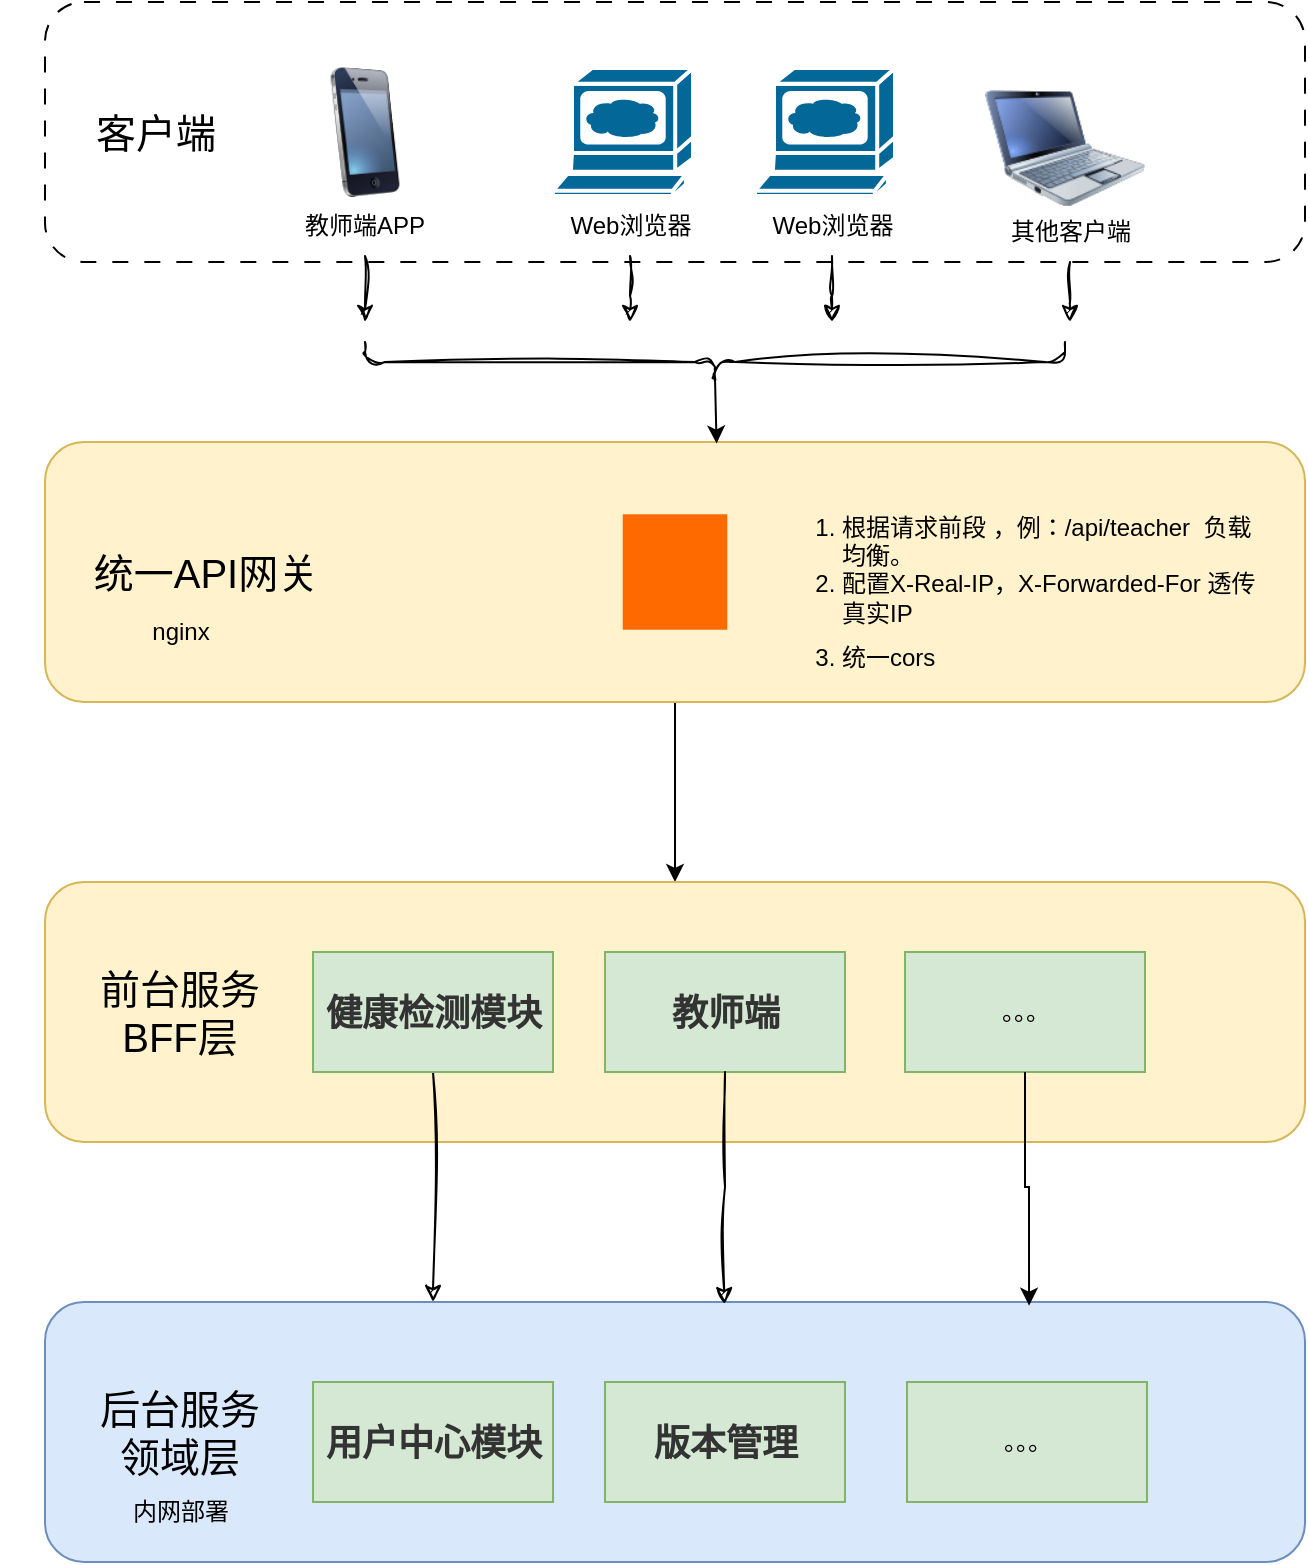
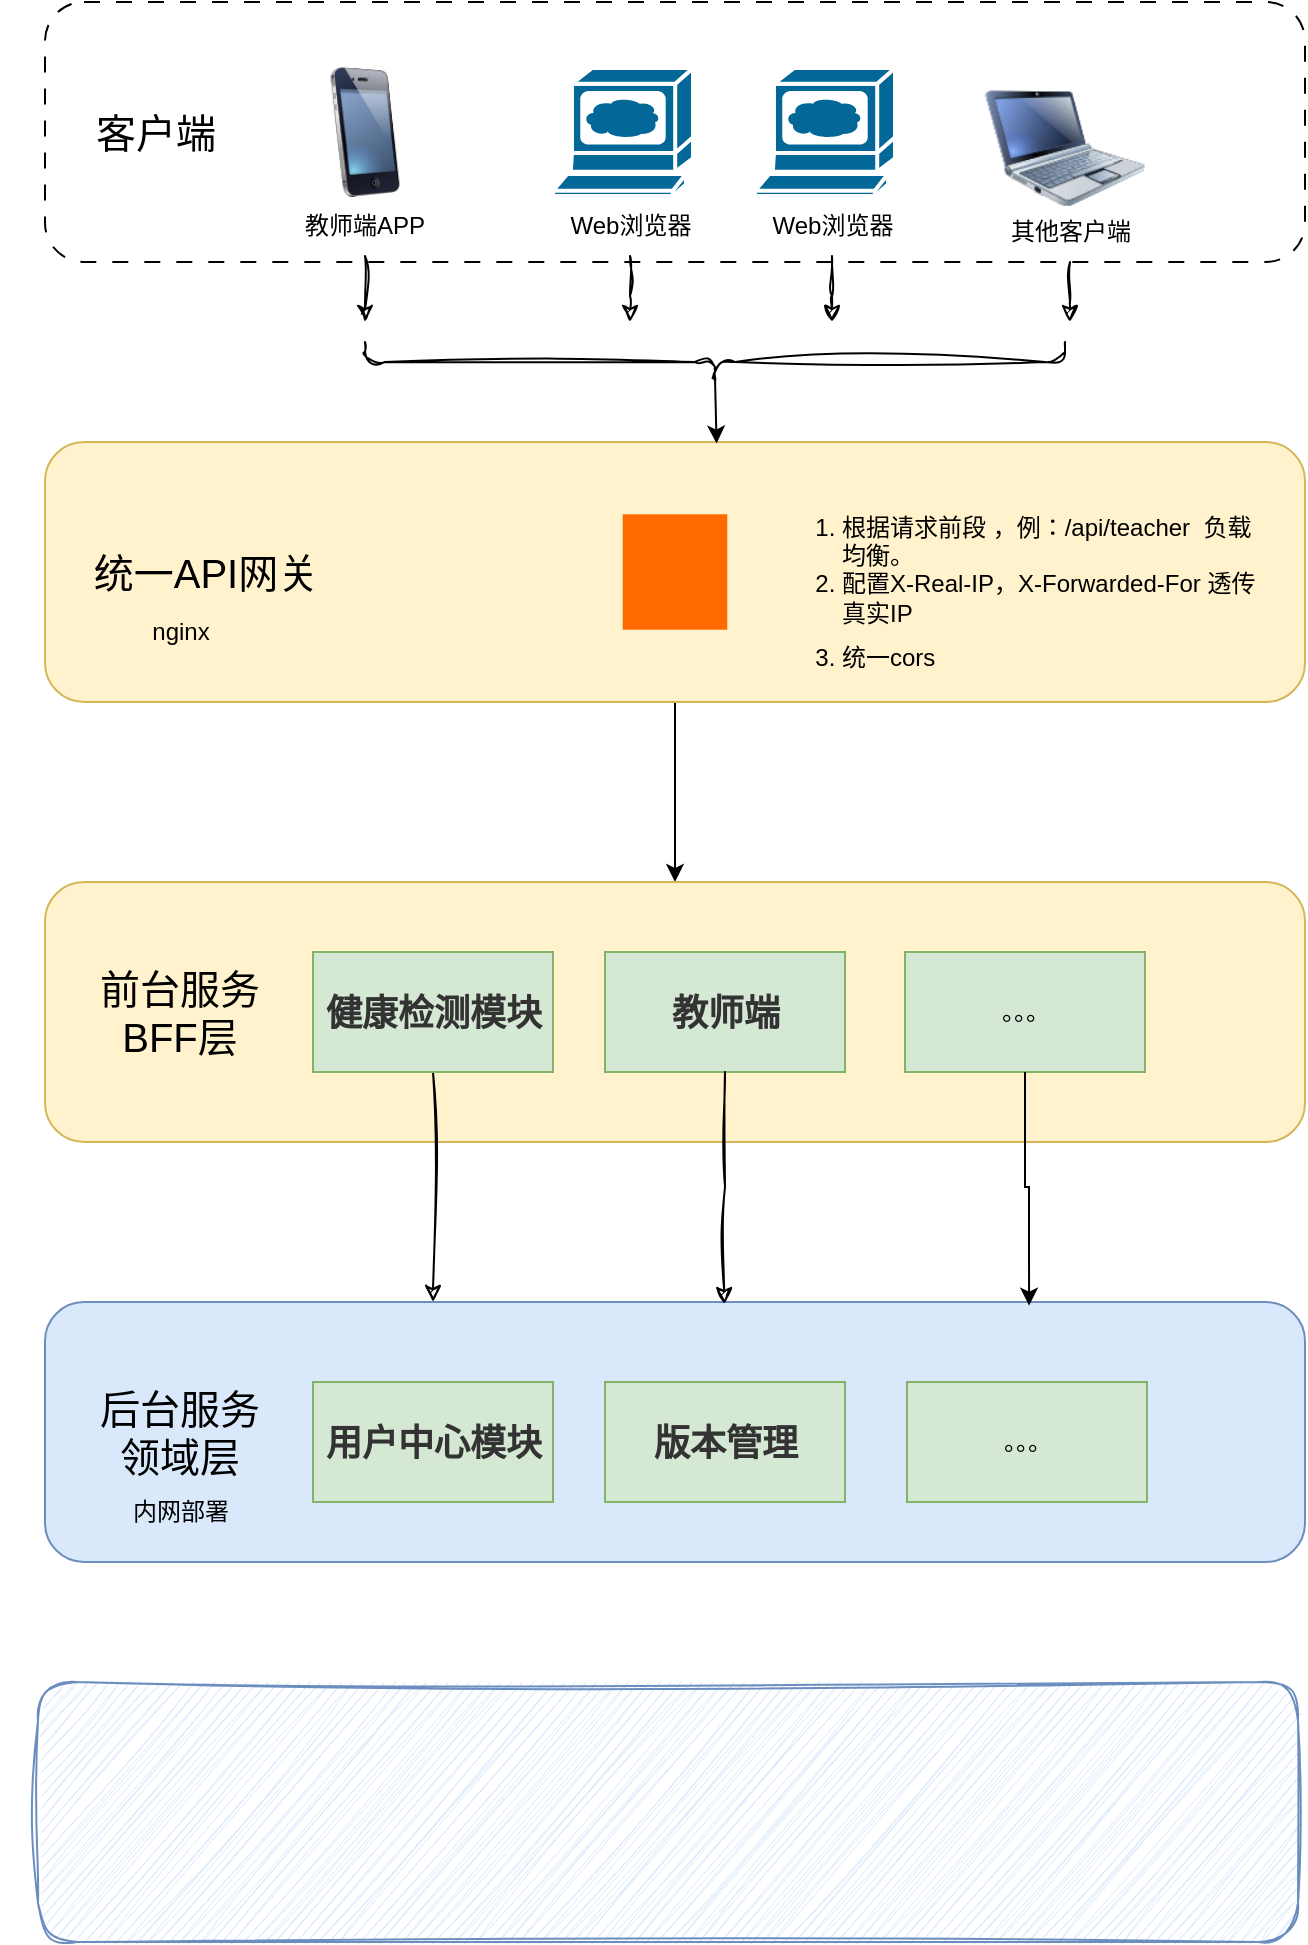
<mxfile host="app.diagrams.net" agent="5.0 (Windows NT 10.0; Win64; x64) AppleWebKit/537.36 (KHTML, like Gecko) Chrome/99.0.4844.51 Safari/537.36">
  <diagram id="piDafpqhtRUU5qUU-vj8" name="Page-1">
    <mxGraphModel dx="1712" dy="919" grid="1" gridSize="10" guides="1" tooltips="1" connect="1" arrows="1" fold="1" page="1" pageScale="1" pageWidth="827" pageHeight="1169" background="none" math="0" shadow="0">
      <root>
        <mxCell id="0" />
        <mxCell id="1" parent="0" />
        <mxCell id="5cpTgLDWtTwDe1421ZuN-3" parent="1" style="rounded=1;whiteSpace=wrap;html=1;shadow=0;glass=0;dashed=1;dashPattern=8 8;" value="" vertex="1">
          <mxGeometry height="130" width="630" x="102.5" y="100" as="geometry" />
        </mxCell>
        <mxCell id="-MD85wsI__NYyljHFUac-2" parent="1" style="text;html=1;whiteSpace=wrap;strokeColor=none;fillColor=none;align=center;verticalAlign=middle;rounded=0;" value="&lt;font style=&quot;font-size: 20px;&quot;&gt;客户端&lt;/font&gt;" vertex="1">
          <mxGeometry height="30" width="70" x="122.5" y="150" as="geometry" />
        </mxCell>
        <mxCell id="-MD85wsI__NYyljHFUac-3" parent="1" style="sketch=0;html=1;pointerEvents=1;dashed=0;fillColor=#036897;strokeColor=#ffffff;strokeWidth=2;verticalLabelPosition=bottom;verticalAlign=top;align=center;outlineConnect=0;shape=mxgraph.cisco.computers_and_peripherals.web_browser;" value="" vertex="1">
          <mxGeometry height="64" width="70" x="356.5" y="133" as="geometry" />
        </mxCell>
        <mxCell id="-MD85wsI__NYyljHFUac-39" edge="1" parent="1" source="-MD85wsI__NYyljHFUac-4" style="edgeStyle=orthogonalEdgeStyle;rounded=0;orthogonalLoop=1;jettySize=auto;html=1;sketch=1;curveFitting=1;jiggle=2;">
          <mxGeometry relative="1" as="geometry">
            <mxPoint x="395.0000000000002" y="260.0000000000001" as="targetPoint" />
          </mxGeometry>
        </mxCell>
        <mxCell id="-MD85wsI__NYyljHFUac-4" parent="1" style="text;html=1;whiteSpace=wrap;strokeColor=none;fillColor=none;align=center;verticalAlign=middle;rounded=0;" value="Web浏览器" vertex="1">
          <mxGeometry height="30" width="75" x="357.5" y="197" as="geometry" />
        </mxCell>
        <mxCell id="-MD85wsI__NYyljHFUac-5" parent="1" style="sketch=0;html=1;pointerEvents=1;dashed=0;fillColor=#036897;strokeColor=#ffffff;strokeWidth=2;verticalLabelPosition=bottom;verticalAlign=top;align=center;outlineConnect=0;shape=mxgraph.cisco.computers_and_peripherals.web_browser;" value="" vertex="1">
          <mxGeometry height="64" width="70" x="457.5" y="133" as="geometry" />
        </mxCell>
        <mxCell id="-MD85wsI__NYyljHFUac-35" edge="1" parent="1" source="-MD85wsI__NYyljHFUac-6" style="edgeStyle=orthogonalEdgeStyle;rounded=0;orthogonalLoop=1;jettySize=auto;html=1;sketch=1;curveFitting=1;jiggle=2;">
          <mxGeometry relative="1" as="geometry">
            <mxPoint x="496" y="260.0000000000001" as="targetPoint" />
          </mxGeometry>
        </mxCell>
        <mxCell id="-MD85wsI__NYyljHFUac-6" parent="1" style="text;html=1;whiteSpace=wrap;strokeColor=none;fillColor=none;align=center;verticalAlign=middle;rounded=0;" value="Web浏览器" vertex="1">
          <mxGeometry height="30" width="75" x="458.5" y="197" as="geometry" />
        </mxCell>
        <mxCell id="-MD85wsI__NYyljHFUac-7" parent="1" style="image;html=1;image=img/lib/clip_art/computers/Netbook_128x128.png" value="" vertex="1">
          <mxGeometry height="80" width="80" x="572.5" y="133" as="geometry" />
        </mxCell>
        <mxCell id="-MD85wsI__NYyljHFUac-8" parent="1" style="image;html=1;image=img/lib/clip_art/telecommunication/iPhone_128x128.png" value="" vertex="1">
          <mxGeometry height="65" width="80" x="222.5" y="132.5" as="geometry" />
        </mxCell>
        <mxCell id="-MD85wsI__NYyljHFUac-34" edge="1" parent="1" source="-MD85wsI__NYyljHFUac-9" style="edgeStyle=orthogonalEdgeStyle;rounded=0;orthogonalLoop=1;jettySize=auto;html=1;exitX=0.5;exitY=1;exitDx=0;exitDy=0;sketch=1;curveFitting=1;jiggle=2;">
          <mxGeometry relative="1" as="geometry">
            <mxPoint x="262.5" y="260" as="targetPoint" />
          </mxGeometry>
        </mxCell>
        <mxCell id="-MD85wsI__NYyljHFUac-9" parent="1" style="text;html=1;whiteSpace=wrap;strokeColor=none;fillColor=none;align=center;verticalAlign=middle;rounded=0;" value="教师端APP" vertex="1">
          <mxGeometry height="30" width="75" x="225" y="197" as="geometry" />
        </mxCell>
        <mxCell id="-MD85wsI__NYyljHFUac-36" edge="1" parent="1" source="-MD85wsI__NYyljHFUac-10" style="edgeStyle=orthogonalEdgeStyle;rounded=0;orthogonalLoop=1;jettySize=auto;html=1;sketch=1;curveFitting=1;jiggle=2;">
          <mxGeometry relative="1" as="geometry">
            <mxPoint x="615.0000000000002" y="260.0000000000001" as="targetPoint" />
          </mxGeometry>
        </mxCell>
        <mxCell id="-MD85wsI__NYyljHFUac-10" parent="1" style="text;html=1;whiteSpace=wrap;strokeColor=none;fillColor=none;align=center;verticalAlign=middle;rounded=0;" value="其他客户端" vertex="1">
          <mxGeometry height="30" width="75" x="577.5" y="200" as="geometry" />
        </mxCell>
        <mxCell id="-MD85wsI__NYyljHFUac-23" edge="1" parent="1" source="-MD85wsI__NYyljHFUac-11" style="edgeStyle=orthogonalEdgeStyle;rounded=0;orthogonalLoop=1;jettySize=auto;html=1;exitX=0.5;exitY=1;exitDx=0;exitDy=0;entryX=0.5;entryY=0;entryDx=0;entryDy=0;" target="-MD85wsI__NYyljHFUac-22">
          <mxGeometry relative="1" as="geometry" />
        </mxCell>
        <mxCell id="-MD85wsI__NYyljHFUac-11" parent="1" style="rounded=1;whiteSpace=wrap;html=1;shadow=0;glass=0;fillColor=#fff2cc;strokeColor=#d6b656;" value="" vertex="1">
          <mxGeometry height="130" width="630" x="102.5" y="320" as="geometry" />
        </mxCell>
        <mxCell id="-MD85wsI__NYyljHFUac-13" parent="1" style="text;html=1;whiteSpace=wrap;strokeColor=none;fillColor=none;align=center;verticalAlign=middle;rounded=0;" value="&lt;span style=&quot;font-size: 20px;&quot;&gt;统一API网关&lt;/span&gt;" vertex="1">
          <mxGeometry height="30" width="180" x="92.5" y="370" as="geometry" />
        </mxCell>
        <mxCell id="-MD85wsI__NYyljHFUac-14" parent="1" style="text;html=1;whiteSpace=wrap;strokeColor=none;fillColor=none;align=center;verticalAlign=middle;rounded=0;" value="nginx" vertex="1">
          <mxGeometry height="30" width="75" x="132.5" y="400" as="geometry" />
        </mxCell>
        <mxCell id="-MD85wsI__NYyljHFUac-20" parent="1" style="points=[];aspect=fixed;html=1;align=center;shadow=0;dashed=0;fillColor=#FF6A00;strokeColor=none;shape=mxgraph.alibaba_cloud.ehpc_elastic_high_performance_computing;" value="" vertex="1">
          <mxGeometry height="57.7" width="52.26" x="391.37" y="356.15" as="geometry" />
        </mxCell>
        <mxCell id="-MD85wsI__NYyljHFUac-21" parent="1" style="text;html=1;whiteSpace=wrap;strokeColor=none;fillColor=none;align=left;verticalAlign=middle;rounded=0;" value="&lt;ol&gt;&lt;li&gt;&lt;span style=&quot;background-color: transparent; color: light-dark(rgb(0, 0, 0), rgb(255, 255, 255));&quot;&gt;根据请求前段 ，例：/api/teacher&amp;nbsp; 负载均衡。&lt;/span&gt;&lt;/li&gt;&lt;li class=&quot;md-list-item md-focus-container&quot; style=&quot;box-sizing: border-box; margin: 0px; position: relative;&quot;&gt;&lt;p class=&quot;md-end-block md-p md-focus&quot; style=&quot;box-sizing: border-box; line-height: inherit; orphans: 4; margin: 0px 0px 0.5rem; white-space: pre-wrap; position: relative;&quot;&gt;&lt;span class=&quot;md-plain md-expand&quot; style=&quot;box-sizing: border-box;&quot;&gt;配置X-Real-IP，X-Forwarded-For 透传真实IP&lt;/span&gt;&lt;/p&gt;&lt;/li&gt;&lt;li class=&quot;md-list-item md-focus-container&quot; style=&quot;box-sizing: border-box; margin: 0px; position: relative;&quot;&gt;&lt;p class=&quot;md-end-block md-p md-focus&quot; style=&quot;box-sizing: border-box; line-height: inherit; orphans: 4; margin: 0px 0px 0.5rem; white-space: pre-wrap; position: relative;&quot;&gt;统一cors&lt;/p&gt;&lt;/li&gt;&lt;/ol&gt;" vertex="1">
          <mxGeometry height="90" width="254" x="458.5" y="350" as="geometry" />
        </mxCell>
        <mxCell id="-MD85wsI__NYyljHFUac-22" parent="1" style="rounded=1;whiteSpace=wrap;html=1;shadow=0;glass=0;fillColor=#fff2cc;strokeColor=#d6b656;" value="" vertex="1">
          <mxGeometry height="130" width="630" x="102.5" y="540" as="geometry" />
        </mxCell>
        <mxCell id="-MD85wsI__NYyljHFUac-24" parent="1" style="text;html=1;whiteSpace=wrap;strokeColor=none;fillColor=none;align=center;verticalAlign=middle;rounded=0;" value="&lt;span style=&quot;font-size: 20px;&quot;&gt;前台服务&lt;/span&gt;&lt;div&gt;&lt;span style=&quot;font-size: 20px;&quot;&gt;BFF层&lt;/span&gt;&lt;/div&gt;" vertex="1">
          <mxGeometry height="60" width="180" x="80" y="575" as="geometry" />
        </mxCell>
        <mxCell id="-MD85wsI__NYyljHFUac-41" edge="1" parent="1" source="-MD85wsI__NYyljHFUac-25" style="edgeStyle=orthogonalEdgeStyle;rounded=0;orthogonalLoop=1;jettySize=auto;html=1;sketch=1;curveFitting=1;jiggle=2;" target="-MD85wsI__NYyljHFUac-28" value="">
          <mxGeometry relative="1" as="geometry">
            <Array as="points">
              <mxPoint x="296.5" y="790" />
              <mxPoint x="296.5" y="790" />
            </Array>
          </mxGeometry>
        </mxCell>
        <mxCell id="-MD85wsI__NYyljHFUac-25" parent="1" style="rounded=0;whiteSpace=wrap;html=1;fillColor=#d5e8d4;strokeColor=#82b366;" value="&lt;h3 class=&quot;md-end-block md-heading&quot; style=&quot;box-sizing: border-box; break-after: avoid-page; break-inside: avoid; orphans: 4; font-size: 1.5em; margin-top: 1rem; margin-bottom: 1rem; position: relative; line-height: 1.43; cursor: text; white-space: pre-wrap; color: rgb(51, 51, 51); font-family: &amp;quot;Open Sans&amp;quot;, &amp;quot;Clear Sans&amp;quot;, &amp;quot;Helvetica Neue&amp;quot;, Helvetica, Arial, &amp;quot;Segoe UI Emoji&amp;quot;, sans-serif; text-align: start;&quot;&gt;&lt;span class=&quot;md-plain&quot; style=&quot;box-sizing: border-box;&quot;&gt;健康检测模块&lt;/span&gt;&lt;/h3&gt;" vertex="1">
          <mxGeometry height="60" width="120" x="236.5" y="575" as="geometry" />
        </mxCell>
        <mxCell id="-MD85wsI__NYyljHFUac-26" parent="1" style="rounded=0;whiteSpace=wrap;html=1;fillColor=#d5e8d4;strokeColor=#82b366;" value="&lt;h3 class=&quot;md-end-block md-heading&quot; style=&quot;box-sizing: border-box; break-after: avoid-page; break-inside: avoid; orphans: 4; font-size: 1.5em; margin-top: 1rem; margin-bottom: 1rem; position: relative; line-height: 1.43; cursor: text; white-space: pre-wrap; outline: 0px; box-shadow: none; color: rgb(51, 51, 51); font-family: &amp;quot;Open Sans&amp;quot;, &amp;quot;Clear Sans&amp;quot;, &amp;quot;Helvetica Neue&amp;quot;, Helvetica, Arial, &amp;quot;Segoe UI Emoji&amp;quot;, sans-serif; text-align: start;&quot;&gt;&lt;span class=&quot;md-plain&quot; style=&quot;box-sizing: border-box;&quot;&gt;教师端&lt;/span&gt;&lt;/h3&gt;" vertex="1">
          <mxGeometry height="60" width="120" x="382.5" y="575" as="geometry" />
        </mxCell>
        <mxCell id="-MD85wsI__NYyljHFUac-27" parent="1" style="rounded=0;whiteSpace=wrap;html=1;fillColor=#d5e8d4;strokeColor=#82b366;" value="。。。" vertex="1">
          <mxGeometry height="60" width="120" x="532.5" y="575" as="geometry" />
        </mxCell>
        <mxCell id="-MD85wsI__NYyljHFUac-28" parent="1" style="rounded=1;whiteSpace=wrap;html=1;shadow=0;glass=0;fillColor=#dae8fc;strokeColor=#6c8ebf;" value="" vertex="1">
          <mxGeometry height="130" width="630" x="102.5" y="750" as="geometry" />
        </mxCell>
        <mxCell id="-MD85wsI__NYyljHFUac-29" parent="1" style="text;html=1;whiteSpace=wrap;strokeColor=none;fillColor=none;align=center;verticalAlign=middle;rounded=0;" value="&lt;span style=&quot;font-size: 20px;&quot;&gt;后台服务&lt;/span&gt;&lt;div&gt;&lt;span style=&quot;font-size: 20px;&quot;&gt;领域层&lt;/span&gt;&lt;/div&gt;" vertex="1">
          <mxGeometry height="60" width="180" x="80" y="785" as="geometry" />
        </mxCell>
        <mxCell id="-MD85wsI__NYyljHFUac-30" parent="1" style="text;html=1;whiteSpace=wrap;strokeColor=none;fillColor=none;align=center;verticalAlign=middle;rounded=0;" value="内网部署" vertex="1">
          <mxGeometry height="30" width="75" x="132.5" y="840" as="geometry" />
        </mxCell>
        <mxCell id="-MD85wsI__NYyljHFUac-31" parent="1" style="rounded=0;whiteSpace=wrap;html=1;fillColor=#d5e8d4;strokeColor=#82b366;" value="&lt;h3 class=&quot;md-end-block md-heading&quot; style=&quot;box-sizing: border-box; break-after: avoid-page; break-inside: avoid; orphans: 4; font-size: 1.5em; margin-top: 1rem; margin-bottom: 1rem; position: relative; line-height: 1.43; cursor: text; white-space: pre-wrap; color: rgb(51, 51, 51); font-family: &amp;quot;Open Sans&amp;quot;, &amp;quot;Clear Sans&amp;quot;, &amp;quot;Helvetica Neue&amp;quot;, Helvetica, Arial, &amp;quot;Segoe UI Emoji&amp;quot;, sans-serif; text-align: start;&quot;&gt;&lt;span class=&quot;md-plain&quot; style=&quot;box-sizing: border-box;&quot;&gt;用户中心模块&lt;/span&gt;&lt;/h3&gt;" vertex="1">
          <mxGeometry height="60" width="120" x="236.5" y="790" as="geometry" />
        </mxCell>
        <mxCell id="-MD85wsI__NYyljHFUac-32" parent="1" style="rounded=0;whiteSpace=wrap;html=1;fillColor=#d5e8d4;strokeColor=#82b366;" value="&lt;h3 class=&quot;md-end-block md-heading&quot; style=&quot;box-sizing: border-box; break-after: avoid-page; break-inside: avoid; orphans: 4; font-size: 1.5em; margin-top: 1rem; margin-bottom: 1rem; position: relative; line-height: 1.43; cursor: text; white-space: pre-wrap; color: rgb(51, 51, 51); font-family: &amp;quot;Open Sans&amp;quot;, &amp;quot;Clear Sans&amp;quot;, &amp;quot;Helvetica Neue&amp;quot;, Helvetica, Arial, &amp;quot;Segoe UI Emoji&amp;quot;, sans-serif; text-align: start;&quot;&gt;版本管理&lt;/h3&gt;" vertex="1">
          <mxGeometry height="60" width="120" x="382.5" y="790" as="geometry" />
        </mxCell>
        <mxCell id="-MD85wsI__NYyljHFUac-33" parent="1" style="rounded=0;whiteSpace=wrap;html=1;fillColor=#d5e8d4;strokeColor=#82b366;" value="。。。" vertex="1">
          <mxGeometry height="60" width="120" x="533.5" y="790" as="geometry" />
        </mxCell>
        <mxCell id="-MD85wsI__NYyljHFUac-37" parent="1" style="shape=curlyBracket;whiteSpace=wrap;html=1;rounded=1;flipH=1;labelPosition=right;verticalLabelPosition=middle;align=left;verticalAlign=middle;legacyAnchorPoints=0;rotation=90;sketch=1;curveFitting=1;jiggle=2;" value="" vertex="1">
          <mxGeometry height="350" width="20" x="427.5" y="105" as="geometry" />
        </mxCell>
        <mxCell id="-MD85wsI__NYyljHFUac-40" edge="1" parent="1" source="-MD85wsI__NYyljHFUac-37" style="edgeStyle=orthogonalEdgeStyle;rounded=0;orthogonalLoop=1;jettySize=auto;html=1;exitX=0.1;exitY=0.5;exitDx=0;exitDy=0;exitPerimeter=0;entryX=0.533;entryY=0.006;entryDx=0;entryDy=0;entryPerimeter=0;" target="-MD85wsI__NYyljHFUac-11">
          <mxGeometry relative="1" as="geometry" />
        </mxCell>
        <mxCell id="-MD85wsI__NYyljHFUac-43" edge="1" parent="1" source="-MD85wsI__NYyljHFUac-26" style="edgeStyle=orthogonalEdgeStyle;rounded=0;orthogonalLoop=1;jettySize=auto;html=1;entryX=0.539;entryY=0.008;entryDx=0;entryDy=0;entryPerimeter=0;sketch=1;curveFitting=1;jiggle=2;" target="-MD85wsI__NYyljHFUac-28">
          <mxGeometry relative="1" as="geometry" />
        </mxCell>
        <mxCell id="-MD85wsI__NYyljHFUac-44" edge="1" parent="1" source="-MD85wsI__NYyljHFUac-27" style="edgeStyle=orthogonalEdgeStyle;rounded=0;orthogonalLoop=1;jettySize=auto;html=1;entryX=0.781;entryY=0.014;entryDx=0;entryDy=0;entryPerimeter=0;" target="-MD85wsI__NYyljHFUac-28">
          <mxGeometry relative="1" as="geometry">
            <mxPoint x="592.5" y="740" as="targetPoint" />
          </mxGeometry>
        </mxCell>
+         <mxCell id="-MD85wsI__NYyljHFUac-45" parent="1" style="rounded=1;whiteSpace=wrap;html=1;shadow=0;glass=0;sketch=1;curveFitting=1;jiggle=2;fillColor=#dae8fc;strokeColor=#6c8ebf;" value="" vertex="1">
+           <mxGeometry height="130" width="630" x="99" y="940" as="geometry" />
+         </mxCell>
      </root>
    </mxGraphModel>
  </diagram>
</mxfile>
